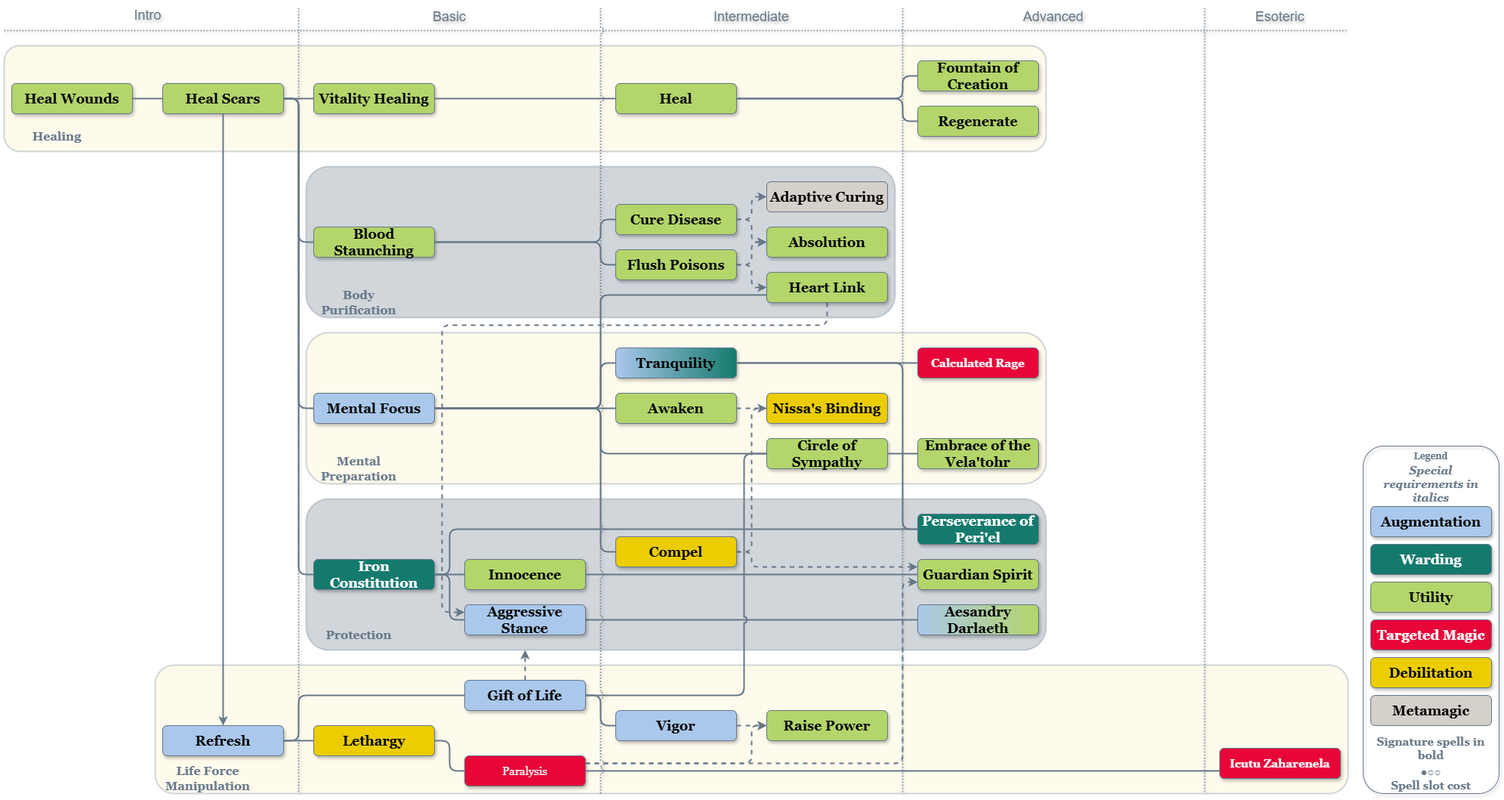
This is Empath/Empath.png from MahtraDR/dr-spell-trees, a draw.io export, as it was before one commit. Source tidied: cells renumbered, new cells last; positions are measured from the earlier drawing's top-left corner, leaving out a move shared by most shapes.
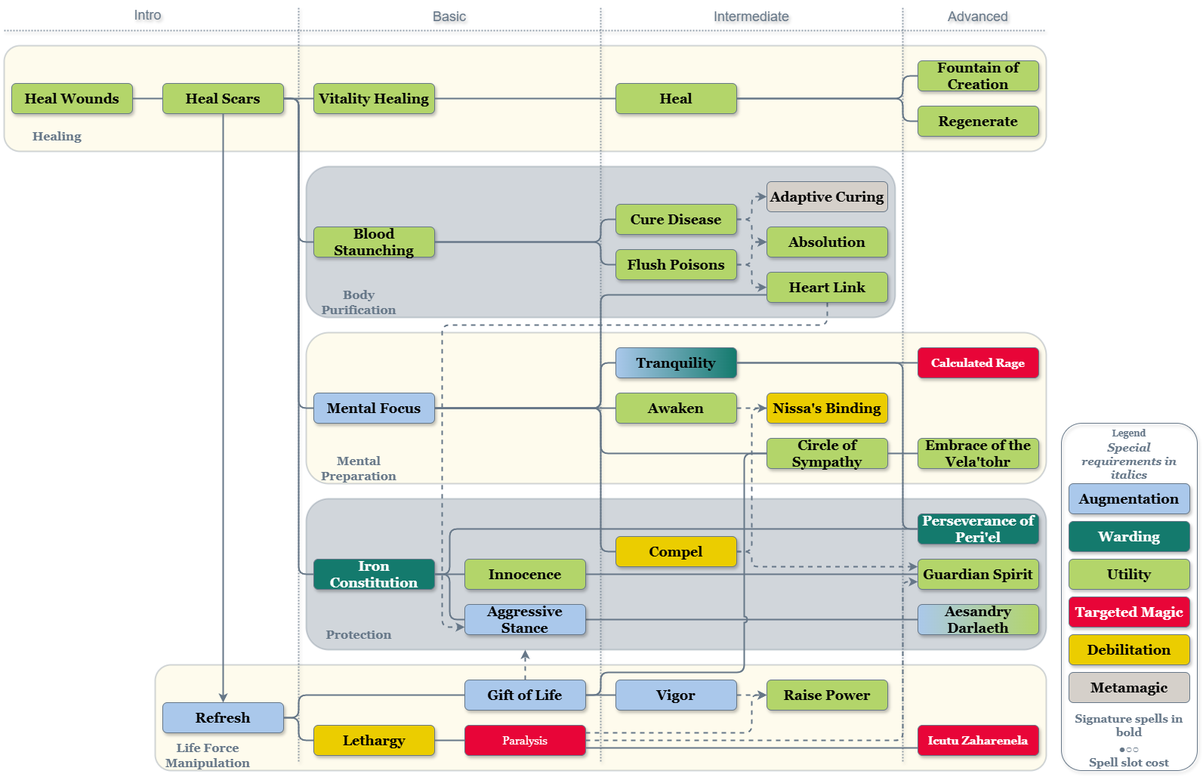
Later version of the same file.

Change to the diagram source:
```diff
@@ -27,10 +27,10 @@
       <mxGeometry x="400" y="820" width="140" height="40" as="geometry" />
     </mxCell>
     <mxCell id="10" style="rounded=1;fontFamily=Helvetica;fontSize=11;fontColor=default;labelBackgroundColor=none;fillColor=#FCF4C4;strokeColor=#667788;opacity=30;glass=0;shadow=0;align=center;verticalAlign=middle;gradientColor=none;strokeWidth=2;" parent="1" vertex="1">
-      <mxGeometry x="200" y="880" width="1580" height="170" as="geometry" />
+      <mxGeometry x="200" y="880" width="1180" height="140" as="geometry" />
     </mxCell>
     <mxCell id="11" value="Life Force Manipulation" style="text;align=center;verticalAlign=middle;whiteSpace=wrap;rounded=0;fontStyle=1;fontSize=16;fontFamily=Georgia;fontColor=#667788;strokeColor=none;" parent="1" vertex="1">
-      <mxGeometry x="200" y="1010" width="140" height="40" as="geometry" />
+      <mxGeometry x="200" y="980" width="140" height="40" as="geometry" />
     </mxCell>
     <mxCell id="12" value="Shapes and Lines" parent="0" />
     <mxCell id="13" style="edgeStyle=orthogonalEdgeStyle;shape=connector;curved=0;rounded=1;jettySize=auto;html=1;exitX=1;exitY=0.5;exitDx=0;exitDy=0;entryX=0;entryY=0.5;entryDx=0;entryDy=0;strokeColor=#667788;strokeWidth=2;align=center;verticalAlign=middle;fontFamily=Helvetica;fontSize=11;fontColor=default;labelBackgroundColor=default;endArrow=none;endFill=0;jumpStyle=arc;" parent="12" edge="1" source="31" target="36">
@@ -42,7 +42,9 @@
     <mxCell id="15" style="edgeStyle=orthogonalEdgeStyle;shape=connector;curved=0;rounded=1;jettySize=auto;html=1;exitX=1;exitY=0.5;exitDx=0;exitDy=0;entryX=0;entryY=0.5;entryDx=0;entryDy=0;strokeColor=#667788;strokeWidth=2;align=center;verticalAlign=middle;fontFamily=Helvetica;fontSize=11;fontColor=default;labelBackgroundColor=default;endArrow=none;endFill=0;jumpStyle=arc;" parent="12" edge="1" source="45" target="50">
       <mxGeometry relative="1" as="geometry">
         <Array as="points">
-          <mxPoint x="980" y="920" />
+          <mxPoint x="790" y="920" />
+          <mxPoint x="790" y="890" />
+          <mxPoint x="980" y="890" />
           <mxPoint x="980" y="600" />
         </Array>
       </mxGeometry>
@@ -68,12 +70,12 @@
     <mxCell id="22" value="Flush Poisons" style="rounded=1;strokeWidth=1;strokeColor=#667788;textShadow=0;labelBackgroundColor=none;whiteSpace=wrap;fontSize=18;fontFamily=Georgia;fillColor=#B3D56A;fontColor=#000000;shadow=1;glass=0;align=center;verticalAlign=middle;fontStyle=1;" parent="12" vertex="1">
       <mxGeometry x="810" y="330" width="160" height="40" as="geometry" />
     </mxCell>
-    <mxCell id="23" style="edgeStyle=orthogonalEdgeStyle;shape=connector;curved=0;rounded=1;jettySize=auto;html=1;exitX=0.5;exitY=1;exitDx=0;exitDy=0;entryX=0;entryY=0.25;entryDx=0;entryDy=0;strokeColor=#667788;strokeWidth=2;align=center;verticalAlign=middle;fontFamily=Helvetica;fontSize=11;fontColor=default;labelBackgroundColor=default;endArrow=classic;endFill=1;dashed=1;" parent="12" edge="1" source="24" target="31">
+    <mxCell id="23" style="edgeStyle=orthogonalEdgeStyle;shape=connector;curved=0;rounded=1;jettySize=auto;html=1;exitX=0.5;exitY=1;exitDx=0;exitDy=0;entryX=0;entryY=0.75;entryDx=0;entryDy=0;strokeColor=#667788;strokeWidth=2;align=center;verticalAlign=middle;fontFamily=Helvetica;fontSize=11;fontColor=default;labelBackgroundColor=default;endArrow=classic;endFill=1;dashed=1;" parent="12" edge="1" source="24" target="31">
       <mxGeometry relative="1" as="geometry">
         <Array as="points">
           <mxPoint x="1090" y="430" />
           <mxPoint x="580" y="430" />
-          <mxPoint x="580" y="810" />
+          <mxPoint x="580" y="830" />
         </Array>
       </mxGeometry>
     </mxCell>
@@ -86,9 +88,6 @@
     <mxCell id="26" value="Adaptive Curing" style="rounded=1;strokeWidth=1;strokeColor=#667788;textShadow=0;labelBackgroundColor=none;whiteSpace=wrap;fontSize=18;fontFamily=Georgia;fillColor=#D5D0CA;fontColor=#000000;shadow=0;glass=0;align=center;verticalAlign=middle;fontStyle=1;" parent="12" vertex="1">
       <mxGeometry x="1010" y="240" width="160" height="40" as="geometry" />
     </mxCell>
-    <mxCell id="27" value="Esoteric" style="text;align=center;verticalAlign=middle;strokeColor=none;fillColor=none;fontFamily=Helvetica;fontSize=18;fontColor=#667788;labelBackgroundColor=none;textShadow=1;" parent="12" vertex="1">
-      <mxGeometry x="1630" width="120" height="40" as="geometry" />
-    </mxCell>
     <mxCell id="28" style="edgeStyle=orthogonalEdgeStyle;shape=connector;curved=0;rounded=1;jettySize=auto;html=1;exitX=1;exitY=0.5;exitDx=0;exitDy=0;entryX=0;entryY=0.75;entryDx=0;entryDy=0;strokeColor=#667788;strokeWidth=2;align=center;verticalAlign=middle;fontFamily=Helvetica;fontSize=11;fontColor=default;labelBackgroundColor=default;endArrow=none;endFill=0;" parent="12" edge="1" source="29" target="24">
       <mxGeometry relative="1" as="geometry">
         <Array as="points">
@@ -134,10 +133,10 @@
       <mxGeometry x="810" y="710" width="160" height="40" as="geometry" />
     </mxCell>
     <mxCell id="41" value="Refresh" style="rounded=1;strokeWidth=1;strokeColor=#667788;textShadow=0;labelBackgroundColor=none;whiteSpace=wrap;fontSize=18;fontFamily=Georgia;fillColor=#AAC8EB;fontColor=#000000;shadow=1;glass=0;align=center;verticalAlign=middle;fontStyle=1;" parent="12" vertex="1">
-      <mxGeometry x="210" y="960" width="160" height="40" as="geometry" />
+      <mxGeometry x="210" y="930" width="160" height="40" as="geometry" />
     </mxCell>
     <mxCell id="42" value="Paralysis" style="rounded=1;strokeWidth=1;strokeColor=#667788;textShadow=0;labelBackgroundColor=none;whiteSpace=wrap;fontSize=15;fontFamily=Georgia;fillColor=#E80538;fontColor=#FFFFFF;shadow=1;glass=0;align=center;verticalAlign=middle;fontStyle=0;" parent="12" vertex="1">
-      <mxGeometry x="610" y="1000" width="160" height="40" as="geometry" />
+      <mxGeometry x="610" y="960" width="160" height="40" as="geometry" />
     </mxCell>
     <mxCell id="43" value="Lethargy" style="rounded=1;strokeWidth=1;strokeColor=#667788;textShadow=0;labelBackgroundColor=none;whiteSpace=wrap;fontSize=18;fontFamily=Georgia;fillColor=#EBCD00;fontColor=#000000;shadow=1;glass=0;align=center;verticalAlign=middle;fontStyle=1;" parent="12" vertex="1">
       <mxGeometry x="410" y="960" width="160" height="40" as="geometry" />
@@ -155,13 +154,13 @@
       <mxGeometry x="610" y="900" width="160" height="40" as="geometry" />
     </mxCell>
     <mxCell id="46" value="Vigor" style="rounded=1;strokeWidth=1;strokeColor=#667788;textShadow=0;labelBackgroundColor=none;whiteSpace=wrap;fontSize=18;fontFamily=Georgia;fillColor=#AAC8EB;fontColor=#000000;shadow=1;glass=0;align=center;verticalAlign=middle;fontStyle=1;" parent="12" vertex="1">
-      <mxGeometry x="810" y="940" width="160" height="40" as="geometry" />
+      <mxGeometry x="810" y="900" width="160" height="40" as="geometry" />
     </mxCell>
     <mxCell id="47" value="Raise Power" style="rounded=1;strokeWidth=1;strokeColor=#667788;textShadow=0;labelBackgroundColor=none;whiteSpace=wrap;fontSize=18;fontFamily=Georgia;fillColor=#B3D56A;fontColor=#000000;shadow=1;glass=0;align=center;verticalAlign=middle;fontStyle=1;" parent="12" vertex="1">
-      <mxGeometry x="1010" y="940" width="160" height="40" as="geometry" />
+      <mxGeometry x="1010" y="900" width="160" height="40" as="geometry" />
     </mxCell>
     <mxCell id="48" value="Icutu Zaharenela" style="rounded=1;strokeWidth=1;strokeColor=#667788;textShadow=0;labelBackgroundColor=none;whiteSpace=wrap;fontSize=15;fontFamily=Georgia;fillColor=#E80538;fontColor=#FFFFFF;shadow=1;glass=0;align=center;verticalAlign=middle;fontStyle=1;" parent="12" vertex="1">
-      <mxGeometry x="1610" y="990" width="160" height="40" as="geometry" />
+      <mxGeometry x="1210" y="960" width="160" height="40" as="geometry" />
     </mxCell>
     <mxCell id="49" value="Nissa's Binding" style="rounded=1;strokeWidth=1;strokeColor=#667788;textShadow=0;labelBackgroundColor=none;whiteSpace=wrap;fontSize=18;fontFamily=Georgia;fillColor=#EBCD00;fontColor=#000000;shadow=1;glass=0;align=center;verticalAlign=middle;fontStyle=1;" parent="12" vertex="1">
       <mxGeometry x="1010" y="520" width="160" height="40" as="geometry" />
@@ -286,7 +285,7 @@
     <mxCell id="74" style="edgeStyle=orthogonalEdgeStyle;shape=connector;curved=0;rounded=1;jettySize=auto;html=1;exitX=1;exitY=0.5;exitDx=0;exitDy=0;entryX=0;entryY=0.5;entryDx=0;entryDy=0;strokeColor=#667788;strokeWidth=2;align=center;verticalAlign=middle;fontFamily=Helvetica;fontSize=11;fontColor=default;labelBackgroundColor=default;endArrow=none;endFill=0;" parent="12" edge="1" source="41" target="45">
       <mxGeometry relative="1" as="geometry">
         <Array as="points">
-          <mxPoint x="390" y="980" />
+          <mxPoint x="390" y="950" />
           <mxPoint x="390" y="920" />
         </Array>
       </mxGeometry>
@@ -297,17 +296,15 @@
     <mxCell id="76" style="edgeStyle=orthogonalEdgeStyle;shape=connector;curved=0;rounded=1;jettySize=auto;html=1;exitX=1;exitY=0.25;exitDx=0;exitDy=0;entryX=0;entryY=0.5;entryDx=0;entryDy=0;strokeColor=#667788;strokeWidth=2;align=center;verticalAlign=middle;fontFamily=Helvetica;fontSize=11;fontColor=default;labelBackgroundColor=default;endArrow=classic;endFill=1;dashed=1;" parent="12" edge="1" source="42" target="47">
       <mxGeometry relative="1" as="geometry">
         <Array as="points">
-          <mxPoint x="990" y="1010" />
-          <mxPoint x="990" y="960" />
+          <mxPoint x="990" y="970" />
+          <mxPoint x="990" y="920" />
         </Array>
       </mxGeometry>
     </mxCell>
-    <mxCell id="77" style="edgeStyle=orthogonalEdgeStyle;shape=connector;curved=0;rounded=1;jettySize=auto;html=1;entryX=0;entryY=0.75;entryDx=0;entryDy=0;strokeColor=#667788;strokeWidth=2;align=center;verticalAlign=middle;fontFamily=Helvetica;fontSize=11;fontColor=default;labelBackgroundColor=default;endArrow=classic;endFill=1;dashed=1;jumpStyle=none;" parent="12" edge="1" target="38">
+    <mxCell id="77" style="edgeStyle=orthogonalEdgeStyle;shape=connector;curved=0;rounded=1;jettySize=auto;html=1;entryX=0;entryY=0.75;entryDx=0;entryDy=0;strokeColor=#667788;strokeWidth=2;align=center;verticalAlign=middle;fontFamily=Helvetica;fontSize=11;fontColor=default;labelBackgroundColor=default;endArrow=classic;endFill=1;dashed=1;jumpStyle=none;exitX=1;exitY=0.5;exitDx=0;exitDy=0;" parent="12" edge="1" source="42" target="38">
       <mxGeometry relative="1" as="geometry">
-        <mxPoint x="770" y="1010" as="sourcePoint" />
         <Array as="points">
-          <mxPoint x="770" y="1010" />
-          <mxPoint x="1190" y="1010" />
+          <mxPoint x="1190" y="980" />
           <mxPoint x="1190" y="770" />
         </Array>
       </mxGeometry>
@@ -321,7 +318,8 @@
     <mxCell id="80" style="edgeStyle=orthogonalEdgeStyle;shape=connector;curved=0;rounded=1;jettySize=auto;html=1;exitX=1;exitY=0.5;exitDx=0;exitDy=0;entryX=0;entryY=0.5;entryDx=0;entryDy=0;strokeColor=#667788;strokeWidth=2;align=center;verticalAlign=middle;fontFamily=Helvetica;fontSize=11;fontColor=default;labelBackgroundColor=default;endArrow=classic;endFill=1;dashed=1;" parent="12" edge="1" source="46" target="47">
       <mxGeometry relative="1" as="geometry">
         <Array as="points">
-          <mxPoint x="1010" y="960" />
+          <mxPoint x="990" y="920" />
+          <mxPoint x="990" y="920" />
         </Array>
       </mxGeometry>
     </mxCell>
@@ -361,11 +359,10 @@
         </Array>
       </mxGeometry>
     </mxCell>
-    <mxCell id="88" style="edgeStyle=orthogonalEdgeStyle;shape=connector;curved=0;rounded=1;jettySize=auto;html=1;entryX=0;entryY=0.75;entryDx=0;entryDy=0;strokeColor=#667788;strokeWidth=2;align=center;verticalAlign=middle;fontFamily=Helvetica;fontSize=11;fontColor=default;labelBackgroundColor=default;endArrow=none;endFill=0;jumpStyle=arc;exitX=1;exitY=0.5;exitDx=0;exitDy=0;" parent="12" edge="1" source="42" target="48">
+    <mxCell id="88" style="edgeStyle=orthogonalEdgeStyle;shape=connector;curved=0;rounded=1;jettySize=auto;html=1;entryX=0;entryY=0.75;entryDx=0;entryDy=0;strokeColor=#667788;strokeWidth=2;align=center;verticalAlign=middle;fontFamily=Helvetica;fontSize=11;fontColor=default;labelBackgroundColor=default;endArrow=none;endFill=0;jumpStyle=arc;exitX=1;exitY=0.75;exitDx=0;exitDy=0;" parent="12" edge="1" source="42" target="48">
       <mxGeometry relative="1" as="geometry">
         <Array as="points">
-          <mxPoint x="1600" y="1020" />
-          <mxPoint x="1600" y="1020" />
+          <mxPoint x="1210" y="990" />
         </Array>
       </mxGeometry>
     </mxCell>
@@ -380,66 +377,60 @@
       <mxGeometry x="150" width="80" height="40" as="geometry" />
     </mxCell>
     <mxCell id="93" value="Advanced" style="text;align=center;verticalAlign=middle;strokeColor=none;fillColor=none;fontFamily=Helvetica;fontSize=18;fontColor=#667788;labelBackgroundColor=none;textShadow=1;" parent="89" vertex="1">
-      <mxGeometry x="1330" width="120" height="40" as="geometry" />
+      <mxGeometry x="1230" width="120" height="40" as="geometry" />
     </mxCell>
     <mxCell id="94" value="Legend" style="rounded=1;fillColor=none;verticalAlign=top;labelBackgroundColor=none;fontStyle=1;fontColor=#667788;fontFamily=Georgia;strokeColor=#667788;shadow=1;glass=0;strokeWidth=1;textShadow=0;whiteSpace=wrap;" parent="89" vertex="1">
-      <mxGeometry x="1800" y="590" width="180" height="460" as="geometry" />
+      <mxGeometry x="1400" y="560" width="180" height="460" as="geometry" />
     </mxCell>
     <mxCell id="95" value="Metamagic" style="rounded=1;whiteSpace=wrap;fillColor=#D5D0CA;labelBackgroundColor=none;fontFamily=Georgia;fontSize=18;strokeColor=#667788;shadow=0;glass=0;strokeWidth=1;align=center;fontStyle=1;verticalAlign=middle;fontColor=#000000;textShadow=0;" parent="89" vertex="1">
-      <mxGeometry x="1810" y="920" width="160" height="40" as="geometry" />
+      <mxGeometry x="1410" y="890" width="160" height="40" as="geometry" />
     </mxCell>
     <mxCell id="96" value="Debilitation" style="rounded=1;whiteSpace=wrap;fillColor=#EBCD00;labelBackgroundColor=none;fontFamily=Georgia;fontSize=18;strokeColor=#667788;shadow=1;glass=0;strokeWidth=1;align=center;fontStyle=1;verticalAlign=middle;fontColor=#000000;textShadow=0;" parent="89" vertex="1">
-      <mxGeometry x="1810" y="870" width="160" height="40" as="geometry" />
+      <mxGeometry x="1410" y="840" width="160" height="40" as="geometry" />
     </mxCell>
     <mxCell id="97" value="Targeted Magic" style="rounded=1;whiteSpace=wrap;fillColor=#E80538;labelBackgroundColor=none;fontFamily=Georgia;fontSize=18;strokeColor=#667788;shadow=1;glass=0;strokeWidth=1;align=center;fontStyle=1;verticalAlign=middle;fontColor=#FFFFFF;textShadow=0;" parent="89" vertex="1">
-      <mxGeometry x="1810" y="820" width="160" height="40" as="geometry" />
+      <mxGeometry x="1410" y="790" width="160" height="40" as="geometry" />
     </mxCell>
     <mxCell id="98" value="Utility" style="rounded=1;whiteSpace=wrap;fillColor=#B3D56A;labelBackgroundColor=none;fontFamily=Georgia;fontSize=18;strokeColor=#667788;shadow=1;glass=0;strokeWidth=1;align=center;fontStyle=1;verticalAlign=middle;fontColor=#000000;textShadow=0;" parent="89" vertex="1">
-      <mxGeometry x="1810" y="770" width="160" height="40" as="geometry" />
+      <mxGeometry x="1410" y="740" width="160" height="40" as="geometry" />
     </mxCell>
     <mxCell id="99" value="Warding" style="rounded=1;whiteSpace=wrap;fillColor=#147A6D;labelBackgroundColor=none;fontFamily=Georgia;fontSize=18;strokeColor=#667788;shadow=1;glass=0;strokeWidth=1;align=center;fontStyle=1;verticalAlign=middle;fontColor=#FFFFFF;textShadow=0;" parent="89" vertex="1">
-      <mxGeometry x="1810" y="720" width="160" height="40" as="geometry" />
+      <mxGeometry x="1410" y="690" width="160" height="40" as="geometry" />
     </mxCell>
     <mxCell id="100" value="Augmentation" style="rounded=1;whiteSpace=wrap;fillColor=#AAC8EB;labelBackgroundColor=none;fontFamily=Georgia;fontSize=18;strokeColor=#667788;shadow=1;glass=0;strokeWidth=1;fontColor=#000000;align=center;fontStyle=1;verticalAlign=middle;textShadow=0;" parent="89" vertex="1">
-      <mxGeometry x="1810" y="670" width="160" height="40" as="geometry" />
+      <mxGeometry x="1410" y="640" width="160" height="40" as="geometry" />
     </mxCell>
     <mxCell id="101" value="Special requirements in italics" style="text;align=center;verticalAlign=middle;whiteSpace=wrap;rounded=1;fontFamily=Georgia;fontSize=15;fontColor=#667788;labelBackgroundColor=none;fontStyle=3;strokeColor=none;shadow=1;glass=0;strokeWidth=1;" parent="89" vertex="1">
-      <mxGeometry x="1810" y="620" width="160" height="40" as="geometry" />
+      <mxGeometry x="1410" y="590" width="160" height="40" as="geometry" />
     </mxCell>
     <mxCell id="102" value="Signature spells in bold" style="text;align=center;verticalAlign=middle;whiteSpace=wrap;rounded=1;fontFamily=Georgia;fontSize=15;fontColor=#667788;labelBackgroundColor=none;fontStyle=1;strokeColor=none;shadow=1;glass=0;strokeWidth=1;" parent="89" vertex="1">
-      <mxGeometry x="1810" y="970" width="160" height="40" as="geometry" />
+      <mxGeometry x="1410" y="940" width="160" height="40" as="geometry" />
     </mxCell>
     <mxCell id="103" value="●○○&#10;Spell slot cost" style="text;align=center;verticalAlign=middle;whiteSpace=wrap;rounded=1;fontFamily=Georgia;fontSize=15;fontColor=#667788;labelBackgroundColor=none;strokeColor=none;shadow=1;glass=0;strokeWidth=1;fontStyle=1;" parent="89" vertex="1">
-      <mxGeometry x="1810" y="1010" width="160" height="40" as="geometry" />
+      <mxGeometry x="1410" y="980" width="160" height="40" as="geometry" />
     </mxCell>
     <mxCell id="104" style="html=1;rounded=0;strokeWidth=2;endArrow=none;endFill=0;dashed=1;exitX=0.633;exitY=0;exitDx=0;exitDy=0;exitPerimeter=0;labelBackgroundColor=none;shadow=1;fontColor=default;strokeColor=#667788;opacity=70;dashPattern=1 1;" parent="89" edge="1">
       <mxGeometry relative="1" as="geometry">
         <mxPoint x="1190" y="10" as="sourcePoint" />
-        <mxPoint x="1190" y="1050" as="targetPoint" />
+        <mxPoint x="1190" y="1010" as="targetPoint" />
       </mxGeometry>
     </mxCell>
-    <mxCell id="105" style="html=1;rounded=0;strokeWidth=2;endArrow=none;endFill=0;dashed=1;exitX=0.633;exitY=0;exitDx=0;exitDy=0;exitPerimeter=0;labelBackgroundColor=none;shadow=1;fontColor=default;strokeColor=#667788;opacity=70;dashPattern=1 1;" parent="89" edge="1">
-      <mxGeometry relative="1" as="geometry">
-        <mxPoint x="1590" y="10" as="sourcePoint" />
-        <mxPoint x="1590" y="1050" as="targetPoint" />
-      </mxGeometry>
-    </mxCell>
     <mxCell id="106" style="html=1;rounded=0;strokeWidth=2;endArrow=none;endFill=0;dashed=1;labelBackgroundColor=none;shadow=1;fontColor=default;strokeColor=#667788;opacity=70;dashPattern=1 1;" parent="89" edge="1">
       <mxGeometry relative="1" as="geometry">
         <mxPoint y="40" as="sourcePoint" />
-        <mxPoint x="1780" y="40" as="targetPoint" />
+        <mxPoint x="1380" y="40" as="targetPoint" />
       </mxGeometry>
     </mxCell>
-    <mxCell id="107" style="html=1;rounded=0;strokeWidth=2;endArrow=none;endFill=0;dashed=1;labelBackgroundColor=none;shadow=1;fontColor=default;strokeColor=#667788;opacity=70;dashPattern=1 1;jumpStyle=arc;" parent="89" edge="1">
+    <mxCell id="107" style="html=1;rounded=0;strokeWidth=2;endArrow=none;endFill=0;dashed=1;labelBackgroundColor=none;shadow=1;fontColor=default;strokeColor=#667788;opacity=70;dashPattern=1 1;jumpStyle=none;" parent="89" edge="1">
       <mxGeometry relative="1" as="geometry">
         <mxPoint x="790" y="10" as="sourcePoint" />
-        <mxPoint x="790" y="1050" as="targetPoint" />
+        <mxPoint x="790" y="1010" as="targetPoint" />
       </mxGeometry>
     </mxCell>
     <mxCell id="108" style="html=1;rounded=0;strokeWidth=2;endArrow=none;endFill=0;dashed=1;labelBackgroundColor=none;shadow=1;fontColor=default;strokeColor=#667788;opacity=70;dashPattern=1 1;" parent="89" edge="1">
       <mxGeometry relative="1" as="geometry">
         <mxPoint x="390" y="10" as="sourcePoint" />
-        <mxPoint x="390" y="1050" as="targetPoint" />
+        <mxPoint x="390" y="1010" as="targetPoint" />
       </mxGeometry>
     </mxCell>
   </root>
```
